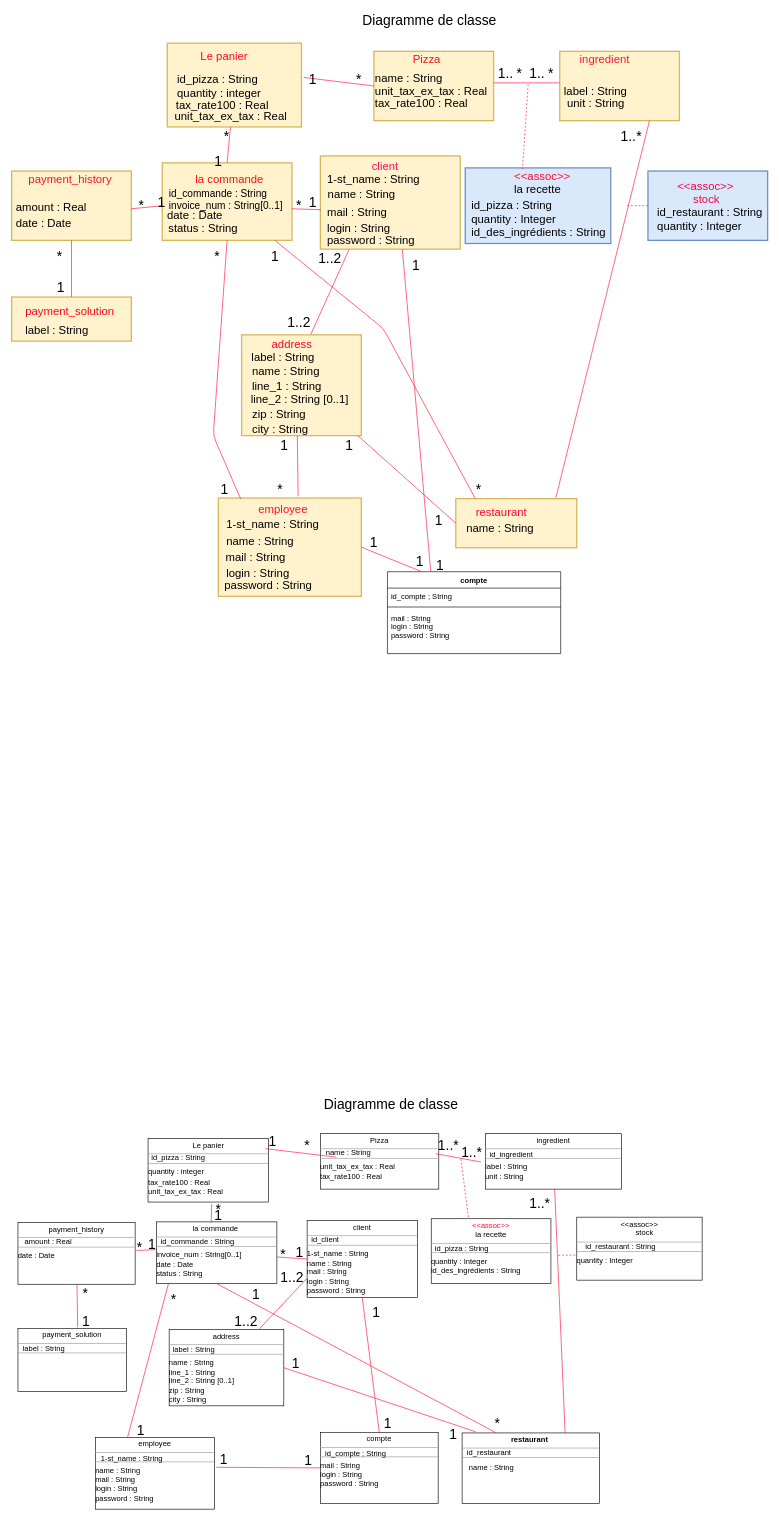
Above: Diagramme sans nom.drawio in stan-dimitrov/OC-project6-Concevez-la-solution-technique-d-un-syst-me-de-gestion-de-pizzeria (draw.io), before the change. Source tidied: cells renumbered, new cells numbered last; positions are measured from the earlier drawing's top-left corner, leaving out a move shared by most shapes. Both pictures are drawn from the tidied source at 63%, with x=0, y=0 at pixel (11, 11).
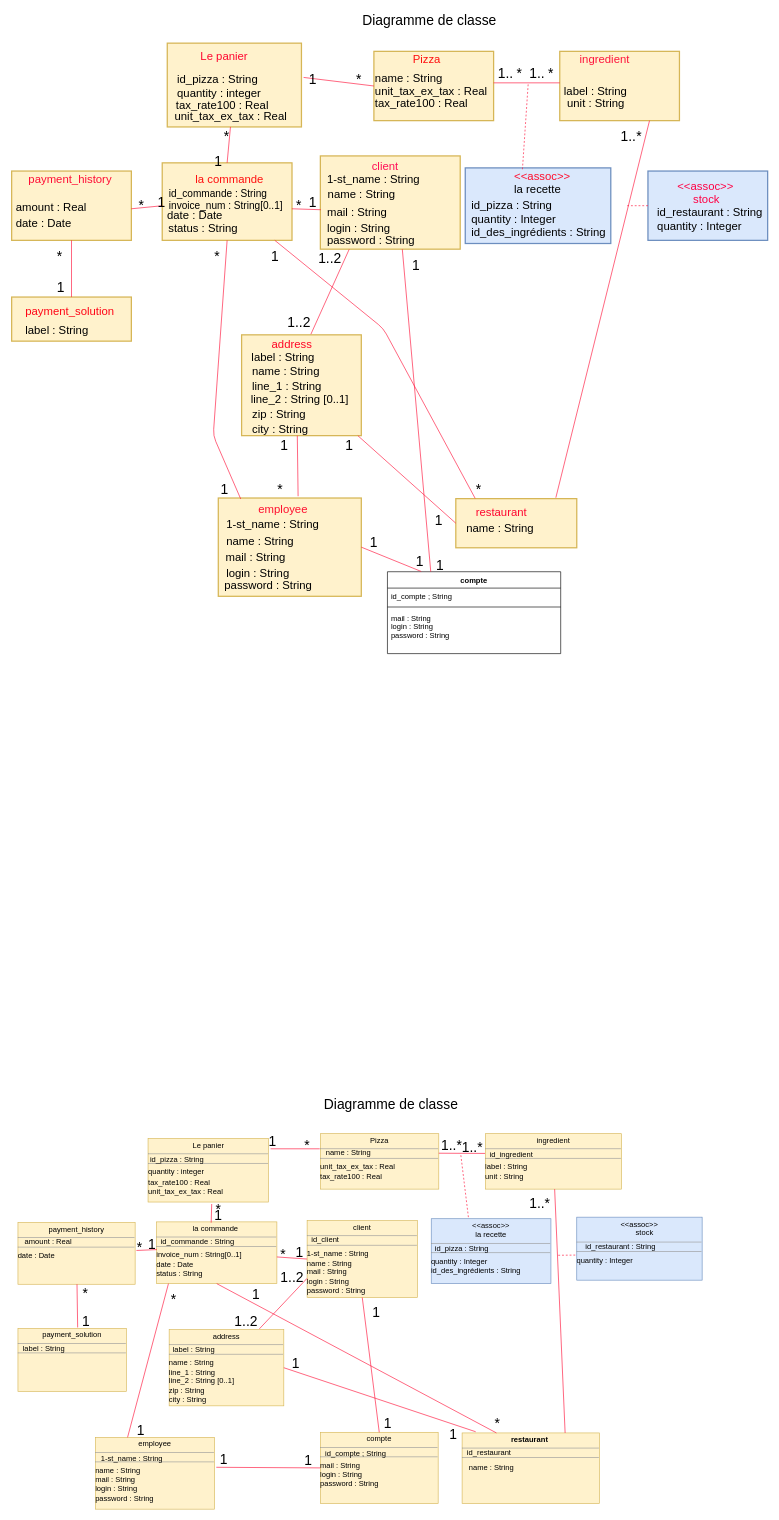
The same diagram, later.

Commit message:
Mettre à jour Diagramme sans nom.drawio

The edit, as a diff of the source:
```diff
@@
-    <mxCell id="111" value="&lt;p style=&quot;margin: 0px ; margin-top: 4px ; text-align: center&quot;&gt;&lt;span&gt;Le panier&lt;/span&gt;&lt;br&gt;&lt;/p&gt;&lt;hr size=&quot;1&quot;&gt;&lt;div style=&quot;height: 2px&quot;&gt;&lt;/div&gt;&lt;hr size=&quot;1&quot;&gt;&lt;div style=&quot;height: 2px&quot;&gt;&lt;span&gt;quantity : integer&lt;/span&gt;&lt;/div&gt;&lt;div style=&quot;height: 2px&quot;&gt;&lt;span&gt;&lt;br&gt;&lt;/span&gt;&lt;span&gt;tax_rate100 : Real&lt;br&gt;&lt;/span&gt;&lt;span&gt;unit_tax_ex_tax : Real&lt;/span&gt;&lt;span&gt;&lt;br&gt;&lt;/span&gt;&lt;/div&gt;" style="verticalAlign=top;align=left;overflow=fill;fontSize=12;fontFamily=Helvetica;html=1;" parent="1" vertex="1">
+    <mxCell id="111" value="&lt;p style=&quot;margin: 0px ; margin-top: 4px ; text-align: center&quot;&gt;&lt;span&gt;Le panier&lt;/span&gt;&lt;br&gt;&lt;/p&gt;&lt;hr size=&quot;1&quot;&gt;&lt;div style=&quot;height: 2px&quot;&gt;&lt;/div&gt;&lt;hr size=&quot;1&quot;&gt;&lt;div style=&quot;height: 2px&quot;&gt;&lt;span&gt;quantity : integer&lt;/span&gt;&lt;/div&gt;&lt;div style=&quot;height: 2px&quot;&gt;&lt;span&gt;&lt;br&gt;&lt;/span&gt;&lt;span&gt;tax_rate100 : Real&lt;br&gt;&lt;/span&gt;&lt;span&gt;unit_tax_ex_tax : Real&lt;/span&gt;&lt;span&gt;&lt;br&gt;&lt;/span&gt;&lt;/div&gt;" style="verticalAlign=top;align=left;overflow=fill;fontSize=12;fontFamily=Helvetica;html=1;fillColor=#fff2cc;strokeColor=#d6b656;" parent="1" vertex="1">
       <mxGeometry x="216.5" y="1789.5" width="191" height="101" as="geometry" />
     </mxCell>
-    <mxCell id="112" value="&lt;p style=&quot;margin: 0px ; margin-top: 4px ; text-align: center&quot;&gt;&lt;span&gt;Pizza&lt;/span&gt;&lt;br&gt;&lt;/p&gt;&lt;hr size=&quot;1&quot;&gt;&lt;div style=&quot;height: 2px&quot;&gt;&lt;/div&gt;&lt;hr size=&quot;1&quot;&gt;&lt;div style=&quot;height: 2px&quot;&gt;&lt;span&gt;unit_tax_ex_tax : Real&lt;br&gt;&lt;/span&gt;&lt;span&gt;tax_rate100 : Real&lt;/span&gt;&lt;span&gt;&lt;br&gt;&lt;/span&gt;&lt;/div&gt;" style="verticalAlign=top;align=left;overflow=fill;fontSize=12;fontFamily=Helvetica;html=1;" parent="1" vertex="1">
+    <mxCell id="112" value="&lt;p style=&quot;margin: 0px ; margin-top: 4px ; text-align: center&quot;&gt;&lt;span&gt;Pizza&lt;/span&gt;&lt;br&gt;&lt;/p&gt;&lt;hr size=&quot;1&quot;&gt;&lt;div style=&quot;height: 2px&quot;&gt;&lt;/div&gt;&lt;hr size=&quot;1&quot;&gt;&lt;div style=&quot;height: 2px&quot;&gt;&lt;span&gt;unit_tax_ex_tax : Real&lt;br&gt;&lt;/span&gt;&lt;span&gt;tax_rate100 : Real&lt;/span&gt;&lt;span&gt;&lt;br&gt;&lt;/span&gt;&lt;/div&gt;" style="verticalAlign=top;align=left;overflow=fill;fontSize=12;fontFamily=Helvetica;html=1;fillColor=#fff2cc;strokeColor=#d6b656;" parent="1" vertex="1">
       <mxGeometry x="490" y="1782" width="188" height="88" as="geometry" />
     </mxCell>
-    <mxCell id="113" value="&lt;p style=&quot;margin: 0px ; margin-top: 4px ; text-align: center&quot;&gt;&lt;span&gt;ingredient&lt;/span&gt;&lt;br&gt;&lt;/p&gt;&lt;hr size=&quot;1&quot;&gt;&lt;div style=&quot;height: 2px&quot;&gt;&lt;/div&gt;&lt;hr size=&quot;1&quot;&gt;&lt;div style=&quot;height: 2px&quot;&gt;&lt;span&gt;label : String&lt;br&gt;&lt;/span&gt;&lt;span&gt;unit : String&lt;/span&gt;&lt;span&gt;&lt;br&gt;&lt;br&gt;&lt;/span&gt;&lt;/div&gt;&lt;div style=&quot;height: 2px&quot;&gt;&lt;span&gt;&lt;br&gt;&lt;/span&gt;&lt;/div&gt;" style="verticalAlign=top;align=left;overflow=fill;fontSize=12;fontFamily=Helvetica;html=1;" parent="1" vertex="1">
+    <mxCell id="113" value="&lt;p style=&quot;margin: 0px ; margin-top: 4px ; text-align: center&quot;&gt;&lt;span&gt;ingredient&lt;/span&gt;&lt;br&gt;&lt;/p&gt;&lt;hr size=&quot;1&quot;&gt;&lt;div style=&quot;height: 2px&quot;&gt;&lt;/div&gt;&lt;hr size=&quot;1&quot;&gt;&lt;div style=&quot;height: 2px&quot;&gt;&lt;span&gt;label : String&lt;br&gt;&lt;/span&gt;&lt;span&gt;unit : String&lt;/span&gt;&lt;span&gt;&lt;br&gt;&lt;br&gt;&lt;/span&gt;&lt;/div&gt;&lt;div style=&quot;height: 2px&quot;&gt;&lt;span&gt;&lt;br&gt;&lt;/span&gt;&lt;/div&gt;" style="verticalAlign=top;align=left;overflow=fill;fontSize=12;fontFamily=Helvetica;html=1;fillColor=#fff2cc;strokeColor=#d6b656;" parent="1" vertex="1">
       <mxGeometry x="752" y="1782" width="216" height="88" as="geometry" />
     </mxCell>
-    <mxCell id="114" value="&lt;p style=&quot;margin: 0px ; margin-top: 4px ; text-align: center&quot;&gt;&lt;span&gt;payment_history&lt;/span&gt;&lt;br&gt;&lt;/p&gt;&lt;hr size=&quot;1&quot;&gt;&lt;div style=&quot;height: 2px&quot;&gt;&lt;/div&gt;&lt;hr size=&quot;1&quot;&gt;&lt;div style=&quot;height: 2px&quot;&gt;&lt;span&gt;date : Date&lt;/span&gt;&lt;/div&gt;" style="verticalAlign=top;align=left;overflow=fill;fontSize=12;fontFamily=Helvetica;html=1;" parent="1" vertex="1">
+    <mxCell id="114" value="&lt;p style=&quot;margin: 0px ; margin-top: 4px ; text-align: center&quot;&gt;&lt;span&gt;payment_history&lt;/span&gt;&lt;br&gt;&lt;/p&gt;&lt;hr size=&quot;1&quot;&gt;&lt;div style=&quot;height: 2px&quot;&gt;&lt;/div&gt;&lt;hr size=&quot;1&quot;&gt;&lt;div style=&quot;height: 2px&quot;&gt;&lt;span&gt;date : Date&lt;/span&gt;&lt;/div&gt;" style="verticalAlign=top;align=left;overflow=fill;fontSize=12;fontFamily=Helvetica;html=1;fillColor=#fff2cc;strokeColor=#d6b656;" parent="1" vertex="1">
       <mxGeometry x="10" y="1923" width="186" height="98" as="geometry" />
     </mxCell>
-    <mxCell id="115" value="&lt;p style=&quot;margin: 0px ; margin-top: 4px ; text-align: center&quot;&gt;&lt;span&gt;la commande&amp;nbsp;&lt;/span&gt;&lt;br&gt;&lt;/p&gt;&lt;hr size=&quot;1&quot;&gt;&lt;div style=&quot;height: 2px&quot;&gt;&lt;/div&gt;&lt;hr size=&quot;1&quot;&gt;&lt;div style=&quot;height: 2px&quot;&gt;&lt;span&gt;invoice_num : String[0..1]&lt;br&gt;&lt;/span&gt;&lt;span&gt;date : Date&lt;br&gt;&lt;/span&gt;&lt;span&gt;status : String&lt;/span&gt;&lt;span&gt;&lt;br&gt;&lt;/span&gt;&lt;/div&gt;" style="verticalAlign=top;align=left;overflow=fill;fontSize=12;fontFamily=Helvetica;html=1;" parent="1" vertex="1">
+    <mxCell id="115" value="&lt;p style=&quot;margin: 0px ; margin-top: 4px ; text-align: center&quot;&gt;&lt;span&gt;la commande&amp;nbsp;&lt;/span&gt;&lt;br&gt;&lt;/p&gt;&lt;hr size=&quot;1&quot;&gt;&lt;div style=&quot;height: 2px&quot;&gt;&lt;/div&gt;&lt;hr size=&quot;1&quot;&gt;&lt;div style=&quot;height: 2px&quot;&gt;&lt;span&gt;invoice_num : String[0..1]&lt;br&gt;&lt;/span&gt;&lt;span&gt;date : Date&lt;br&gt;&lt;/span&gt;&lt;span&gt;status : String&lt;/span&gt;&lt;span&gt;&lt;br&gt;&lt;/span&gt;&lt;/div&gt;" style="verticalAlign=top;align=left;overflow=fill;fontSize=12;fontFamily=Helvetica;html=1;fillColor=#fff2cc;strokeColor=#d6b656;" parent="1" vertex="1">
       <mxGeometry x="230" y="1922" width="191" height="98" as="geometry" />
     </mxCell>
-    <mxCell id="116" value="&lt;p style=&quot;margin: 0px ; margin-top: 4px ; text-align: center&quot;&gt;&lt;span&gt;client&lt;/span&gt;&lt;br&gt;&lt;/p&gt;&lt;hr size=&quot;1&quot;&gt;&lt;div style=&quot;height: 2px&quot;&gt;&lt;/div&gt;&lt;hr size=&quot;1&quot;&gt;&lt;div style=&quot;height: 2px&quot;&gt;&lt;span&gt;1-st_name : String&lt;br&gt;&lt;/span&gt;&lt;span&gt;name : String&lt;br&gt;&lt;/span&gt;&lt;span&gt;mail : String&lt;br&gt;&lt;/span&gt;&lt;span&gt;login : String&lt;br&gt;&lt;/span&gt;&lt;span&gt;password : String&lt;/span&gt;&lt;span&gt;&lt;br&gt;&lt;/span&gt;&lt;/div&gt;" style="verticalAlign=top;align=left;overflow=fill;fontSize=12;fontFamily=Helvetica;html=1;" parent="1" vertex="1">
+    <mxCell id="116" value="&lt;p style=&quot;margin: 0px ; margin-top: 4px ; text-align: center&quot;&gt;&lt;span&gt;client&lt;/span&gt;&lt;br&gt;&lt;/p&gt;&lt;hr size=&quot;1&quot;&gt;&lt;div style=&quot;height: 2px&quot;&gt;&lt;/div&gt;&lt;hr size=&quot;1&quot;&gt;&lt;div style=&quot;height: 2px&quot;&gt;&lt;span&gt;1-st_name : String&lt;br&gt;&lt;/span&gt;&lt;span&gt;name : String&lt;br&gt;&lt;/span&gt;&lt;span&gt;mail : String&lt;br&gt;&lt;/span&gt;&lt;span&gt;login : String&lt;br&gt;&lt;/span&gt;&lt;span&gt;password : String&lt;/span&gt;&lt;span&gt;&lt;br&gt;&lt;/span&gt;&lt;/div&gt;" style="verticalAlign=top;align=left;overflow=fill;fontSize=12;fontFamily=Helvetica;html=1;fillColor=#fff2cc;strokeColor=#d6b656;" parent="1" vertex="1">
       <mxGeometry x="469" y="1920" width="175" height="122" as="geometry" />
     </mxCell>
-    <mxCell id="117" value="&lt;p style=&quot;margin: 0px ; margin-top: 4px ; text-align: center&quot;&gt;&lt;font color=&quot;#ff0d2d&quot;&gt;&amp;lt;&amp;lt;assoc&amp;gt;&amp;gt;&lt;br&gt;&lt;/font&gt;&lt;span&gt;la recette&lt;/span&gt;&lt;br&gt;&lt;/p&gt;&lt;hr size=&quot;1&quot;&gt;&lt;div style=&quot;height: 2px&quot;&gt;&lt;/div&gt;&lt;hr size=&quot;1&quot;&gt;&lt;div style=&quot;height: 2px&quot;&gt;&lt;span&gt;quantity : Integer&lt;br&gt;&lt;/span&gt;&lt;span&gt;id_des_ingrédients : String&lt;/span&gt;&lt;br&gt;&lt;/div&gt;" style="verticalAlign=top;align=left;overflow=fill;fontSize=12;fontFamily=Helvetica;html=1;" parent="1" vertex="1">
+    <mxCell id="117" value="&lt;p style=&quot;margin: 0px ; margin-top: 4px ; text-align: center&quot;&gt;&lt;font color=&quot;#0a0a0a&quot;&gt;&amp;lt;&amp;lt;assoc&amp;gt;&amp;gt;&lt;/font&gt;&lt;br&gt;&lt;span&gt;la recette&lt;/span&gt;&lt;br&gt;&lt;/p&gt;&lt;hr size=&quot;1&quot;&gt;&lt;div style=&quot;height: 2px&quot;&gt;&lt;/div&gt;&lt;hr size=&quot;1&quot;&gt;&lt;div style=&quot;height: 2px&quot;&gt;&lt;span&gt;quantity : Integer&lt;br&gt;&lt;/span&gt;&lt;span&gt;id_des_ingrédients : String&lt;/span&gt;&lt;br&gt;&lt;/div&gt;" style="verticalAlign=top;align=left;overflow=fill;fontSize=12;fontFamily=Helvetica;html=1;fillColor=#dae8fc;strokeColor=#6c8ebf;" parent="1" vertex="1">
       <mxGeometry x="666" y="1917" width="190" height="103" as="geometry" />
     </mxCell>
-    <mxCell id="118" value="&lt;p style=&quot;margin: 0px ; margin-top: 4px ; text-align: center&quot;&gt;&lt;span&gt;&amp;lt;&amp;lt;assoc&amp;gt;&amp;gt;&lt;/span&gt;&lt;br&gt;&lt;span&gt;&amp;nbsp; &amp;nbsp; &amp;nbsp;stock&lt;/span&gt;&lt;br&gt;&lt;/p&gt;&lt;hr size=&quot;1&quot;&gt;&lt;div style=&quot;height: 2px&quot;&gt;&lt;/div&gt;&lt;hr size=&quot;1&quot;&gt;&lt;div style=&quot;height: 2px&quot;&gt;&lt;span&gt;quantity : Integer&lt;/span&gt;&lt;/div&gt;" style="verticalAlign=top;align=left;overflow=fill;fontSize=12;fontFamily=Helvetica;html=1;" parent="1" vertex="1">
+    <mxCell id="118" value="&lt;p style=&quot;margin: 0px ; margin-top: 4px ; text-align: center&quot;&gt;&lt;span&gt;&amp;lt;&amp;lt;assoc&amp;gt;&amp;gt;&lt;/span&gt;&lt;br&gt;&lt;span&gt;&amp;nbsp; &amp;nbsp; &amp;nbsp;stock&lt;/span&gt;&lt;br&gt;&lt;/p&gt;&lt;hr size=&quot;1&quot;&gt;&lt;div style=&quot;height: 2px&quot;&gt;&lt;/div&gt;&lt;hr size=&quot;1&quot;&gt;&lt;div style=&quot;height: 2px&quot;&gt;&lt;span&gt;quantity : Integer&lt;/span&gt;&lt;/div&gt;" style="verticalAlign=top;align=left;overflow=fill;fontSize=12;fontFamily=Helvetica;html=1;fillColor=#dae8fc;strokeColor=#6c8ebf;" parent="1" vertex="1">
       <mxGeometry x="897" y="1914.5" width="199" height="100" as="geometry" />
     </mxCell>
-    <mxCell id="119" value="&lt;p style=&quot;margin: 0px ; margin-top: 4px ; text-align: center&quot;&gt;&lt;span&gt;payment_solution&lt;/span&gt;&lt;br&gt;&lt;/p&gt;&lt;hr size=&quot;1&quot;&gt;&lt;div style=&quot;height: 2px&quot;&gt;&lt;/div&gt;&lt;hr size=&quot;1&quot;&gt;&lt;div style=&quot;height: 2px&quot;&gt;&lt;/div&gt;" style="verticalAlign=top;align=left;overflow=fill;fontSize=12;fontFamily=Helvetica;html=1;" parent="1" vertex="1">
+    <mxCell id="119" value="&lt;p style=&quot;margin: 0px ; margin-top: 4px ; text-align: center&quot;&gt;&lt;span&gt;payment_solution&lt;/span&gt;&lt;br&gt;&lt;/p&gt;&lt;hr size=&quot;1&quot;&gt;&lt;div style=&quot;height: 2px&quot;&gt;&lt;/div&gt;&lt;hr size=&quot;1&quot;&gt;&lt;div style=&quot;height: 2px&quot;&gt;&lt;/div&gt;" style="verticalAlign=top;align=left;overflow=fill;fontSize=12;fontFamily=Helvetica;html=1;fillColor=#fff2cc;strokeColor=#d6b656;" parent="1" vertex="1">
       <mxGeometry x="10" y="2091" width="172" height="100" as="geometry" />
     </mxCell>
-    <mxCell id="120" value="&lt;p style=&quot;margin: 0px ; margin-top: 4px ; text-align: center&quot;&gt;&lt;span&gt;address&lt;/span&gt;&lt;br&gt;&lt;/p&gt;&lt;hr size=&quot;1&quot;&gt;&lt;div style=&quot;height: 2px&quot;&gt;&lt;/div&gt;&lt;hr size=&quot;1&quot;&gt;&lt;div style=&quot;height: 2px&quot;&gt;&lt;span&gt;name : String&lt;br&gt;&lt;/span&gt;&lt;span&gt;line_1 : String&lt;br&gt;&lt;/span&gt;&lt;span&gt;line_2 : String [0..1]&lt;br&gt;&lt;/span&gt;&lt;span&gt;zip : String&lt;br&gt;&lt;/span&gt;&lt;span&gt;city : String&lt;/span&gt;&lt;span&gt;&lt;br&gt;&lt;/span&gt;&lt;/div&gt;" style="verticalAlign=top;align=left;overflow=fill;fontSize=12;fontFamily=Helvetica;html=1;" parent="1" vertex="1">
+    <mxCell id="120" value="&lt;p style=&quot;margin: 0px ; margin-top: 4px ; text-align: center&quot;&gt;&lt;span&gt;address&lt;/span&gt;&lt;br&gt;&lt;/p&gt;&lt;hr size=&quot;1&quot;&gt;&lt;div style=&quot;height: 2px&quot;&gt;&lt;/div&gt;&lt;hr size=&quot;1&quot;&gt;&lt;div style=&quot;height: 2px&quot;&gt;&lt;span&gt;name : String&lt;br&gt;&lt;/span&gt;&lt;span&gt;line_1 : String&lt;br&gt;&lt;/span&gt;&lt;span&gt;line_2 : String [0..1]&lt;br&gt;&lt;/span&gt;&lt;span&gt;zip : String&lt;br&gt;&lt;/span&gt;&lt;span&gt;city : String&lt;/span&gt;&lt;span&gt;&lt;br&gt;&lt;/span&gt;&lt;/div&gt;" style="verticalAlign=top;align=left;overflow=fill;fontSize=12;fontFamily=Helvetica;html=1;fillColor=#fff2cc;strokeColor=#d6b656;" parent="1" vertex="1">
       <mxGeometry x="250" y="2093" width="182" height="121" as="geometry" />
     </mxCell>
-    <mxCell id="121" value="&lt;p style=&quot;margin: 0px ; margin-top: 4px ; text-align: center&quot;&gt;&lt;span&gt;employee&lt;/span&gt;&lt;br&gt;&lt;/p&gt;&lt;hr size=&quot;1&quot;&gt;&lt;div style=&quot;height: 2px&quot;&gt;&lt;/div&gt;&lt;hr size=&quot;1&quot;&gt;&lt;div style=&quot;height: 2px&quot;&gt;&lt;span&gt;name : String&lt;br&gt;&lt;/span&gt;&lt;span&gt;mail : String&lt;br&gt;&lt;/span&gt;&lt;span&gt;login : String&lt;br&gt;&lt;/span&gt;&lt;span&gt;password : String&lt;/span&gt;&lt;span&gt;&lt;br&gt;&lt;/span&gt;&lt;/div&gt;" style="verticalAlign=top;align=left;overflow=fill;fontSize=12;fontFamily=Helvetica;html=1;" parent="1" vertex="1">
+    <mxCell id="121" value="&lt;p style=&quot;margin: 0px ; margin-top: 4px ; text-align: center&quot;&gt;&lt;span&gt;employee&lt;/span&gt;&lt;br&gt;&lt;/p&gt;&lt;hr size=&quot;1&quot;&gt;&lt;div style=&quot;height: 2px&quot;&gt;&lt;/div&gt;&lt;hr size=&quot;1&quot;&gt;&lt;div style=&quot;height: 2px&quot;&gt;&lt;span&gt;name : String&lt;br&gt;&lt;/span&gt;&lt;span&gt;mail : String&lt;br&gt;&lt;/span&gt;&lt;span&gt;login : String&lt;br&gt;&lt;/span&gt;&lt;span&gt;password : String&lt;/span&gt;&lt;span&gt;&lt;br&gt;&lt;/span&gt;&lt;/div&gt;" style="verticalAlign=top;align=left;overflow=fill;fontSize=12;fontFamily=Helvetica;html=1;fillColor=#fff2cc;strokeColor=#d6b656;" parent="1" vertex="1">
       <mxGeometry x="133" y="2264" width="189" height="114" as="geometry" />
     </mxCell>
-    <mxCell id="122" value="&lt;p style=&quot;margin: 0px ; margin-top: 4px ; text-align: center&quot;&gt;&lt;span&gt;compte&lt;/span&gt;&lt;br&gt;&lt;/p&gt;&lt;hr size=&quot;1&quot;&gt;&lt;div style=&quot;height: 2px&quot;&gt;&lt;/div&gt;&lt;hr size=&quot;1&quot;&gt;&lt;div style=&quot;height: 2px&quot;&gt;mail : String&lt;br&gt;login : String&lt;br&gt;password : String&lt;div&gt;&lt;br&gt;&lt;/div&gt;&lt;/div&gt;" style="verticalAlign=top;align=left;overflow=fill;fontSize=12;fontFamily=Helvetica;html=1;" parent="1" vertex="1">
+    <mxCell id="122" value="&lt;p style=&quot;margin: 0px ; margin-top: 4px ; text-align: center&quot;&gt;&lt;span&gt;compte&lt;/span&gt;&lt;br&gt;&lt;/p&gt;&lt;hr size=&quot;1&quot;&gt;&lt;div style=&quot;height: 2px&quot;&gt;&lt;/div&gt;&lt;hr size=&quot;1&quot;&gt;&lt;div style=&quot;height: 2px&quot;&gt;mail : String&lt;br&gt;login : String&lt;br&gt;password : String&lt;div&gt;&lt;br&gt;&lt;/div&gt;&lt;/div&gt;" style="verticalAlign=top;align=left;overflow=fill;fontSize=12;fontFamily=Helvetica;html=1;fillColor=#fff2cc;strokeColor=#d6b656;" parent="1" vertex="1">
       <mxGeometry x="490" y="2256" width="187" height="113" as="geometry" />
     </mxCell>
-    <mxCell id="123" value="&lt;p style=&quot;margin: 0px ; margin-top: 4px ; text-align: center&quot;&gt;&lt;b&gt;restaurant&amp;nbsp;&lt;/b&gt;&lt;/p&gt;&lt;hr size=&quot;1&quot;&gt;&lt;div style=&quot;height: 2px&quot;&gt;&lt;/div&gt;&lt;hr size=&quot;1&quot;&gt;&lt;div style=&quot;height: 2px&quot;&gt;&lt;/div&gt;" style="verticalAlign=top;align=left;overflow=fill;fontSize=12;fontFamily=Helvetica;html=1;" parent="1" vertex="1">
+    <mxCell id="123" value="&lt;p style=&quot;margin: 0px ; margin-top: 4px ; text-align: center&quot;&gt;&lt;b&gt;restaurant&amp;nbsp;&lt;/b&gt;&lt;/p&gt;&lt;hr size=&quot;1&quot;&gt;&lt;div style=&quot;height: 2px&quot;&gt;&lt;/div&gt;&lt;hr size=&quot;1&quot;&gt;&lt;div style=&quot;height: 2px&quot;&gt;&lt;/div&gt;" style="verticalAlign=top;align=left;overflow=fill;fontSize=12;fontFamily=Helvetica;html=1;fillColor=#fff2cc;strokeColor=#d6b656;" parent="1" vertex="1">
       <mxGeometry x="715" y="2257" width="218" height="112" as="geometry" />
     </mxCell>
     <mxCell id="124" value="id_pizza : String" style="text;html=1;" parent="1" vertex="1">
-      <mxGeometry x="220.3" y="1805.8" width="105" height="28" as="geometry" />
+      <mxGeometry x="217.8" y="1808.8" width="105" height="28" as="geometry" />
     </mxCell>
@@
-    <mxCell id="138" style="endArrow=none;html=1;strokeColor=#FF0F37;entryX=0;entryY=0.5;entryDx=0;entryDy=0;exitX=1.016;exitY=0.409;exitDx=0;exitDy=0;exitPerimeter=0;" parent="1" edge="1">
+    <mxCell id="138" style="endArrow=none;html=1;strokeColor=#FF0F37;" parent="1" edge="1">
       <mxGeometry relative="1" as="geometry">
-        <mxPoint x="403" y="1805.8" as="sourcePoint" />
-        <mxPoint x="514.7" y="1819.2" as="targetPoint" />
+        <mxPoint x="411" y="1806" as="sourcePoint" />
+        <mxPoint x="489" y="1806" as="targetPoint" />
       </mxGeometry>
     </mxCell>
@@
-    <mxCell id="141" style="endArrow=none;html=1;strokeColor=#FF0F37;exitX=1.016;exitY=0.409;exitDx=0;exitDy=0;exitPerimeter=0;" parent="1" edge="1">
+    <mxCell id="141" style="endArrow=none;html=1;strokeColor=#FF0F37;entryX=-0.003;entryY=0.356;entryDx=0;entryDy=0;entryPerimeter=0;" parent="1" edge="1" target="113">
       <mxGeometry relative="1" as="geometry">
-        <mxPoint x="673.5" y="1813.8" as="sourcePoint" />
-        <mxPoint x="745" y="1827" as="targetPoint" />
+        <mxPoint x="678" y="1813" as="sourcePoint" />
       </mxGeometry>
     </mxCell>
     <mxCell id="142" value="&lt;font style=&quot;font-size: 22px&quot;&gt;1..*&lt;/font&gt;" style="text;html=1;align=left;verticalAlign=top;spacingTop=-4;" parent="1" vertex="1">
-      <mxGeometry x="675" y="1786" width="43" height="17" as="geometry" />
+      <mxGeometry x="679.5" y="1786" width="43" height="17" as="geometry" />
     </mxCell>
     <mxCell id="143" value="&lt;font style=&quot;font-size: 22px&quot;&gt;1..*&lt;/font&gt;" style="text;html=1;align=left;verticalAlign=top;spacingTop=-4;" parent="1" vertex="1">
-      <mxGeometry x="712" y="1796" width="43" height="17" as="geometry" />
+      <mxGeometry x="712.5" y="1787.5" width="43" height="17" as="geometry" />
     </mxCell>
@@
     <mxCell id="177" style="endArrow=none;dashed=1;html=1;strokeColor=#FF0F37;exitX=0.393;exitY=0.018;exitDx=0;exitDy=0;exitPerimeter=0;strokeWidth=1;" parent="1" edge="1">
       <mxGeometry relative="1" as="geometry">
         <mxPoint x="725" y="1914.5" as="sourcePoint" />
-        <mxPoint x="713" y="1821" as="targetPoint" />
+        <mxPoint x="713" y="1816" as="targetPoint" />
       </mxGeometry>
     </mxCell>
```
